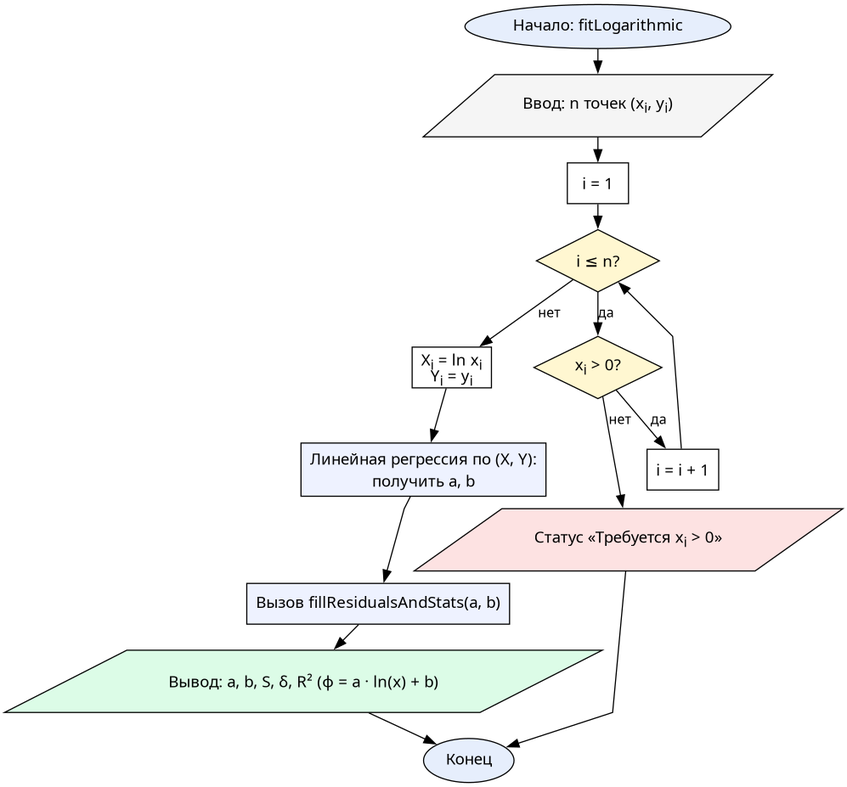
Before: reports/resources/flowcharts/ls_log.png, a diagram exported from Graphviz (Oriptal/calc-math-lab2). Its source is kept beside it as reports/resources/flowcharts/ls_log.dot.
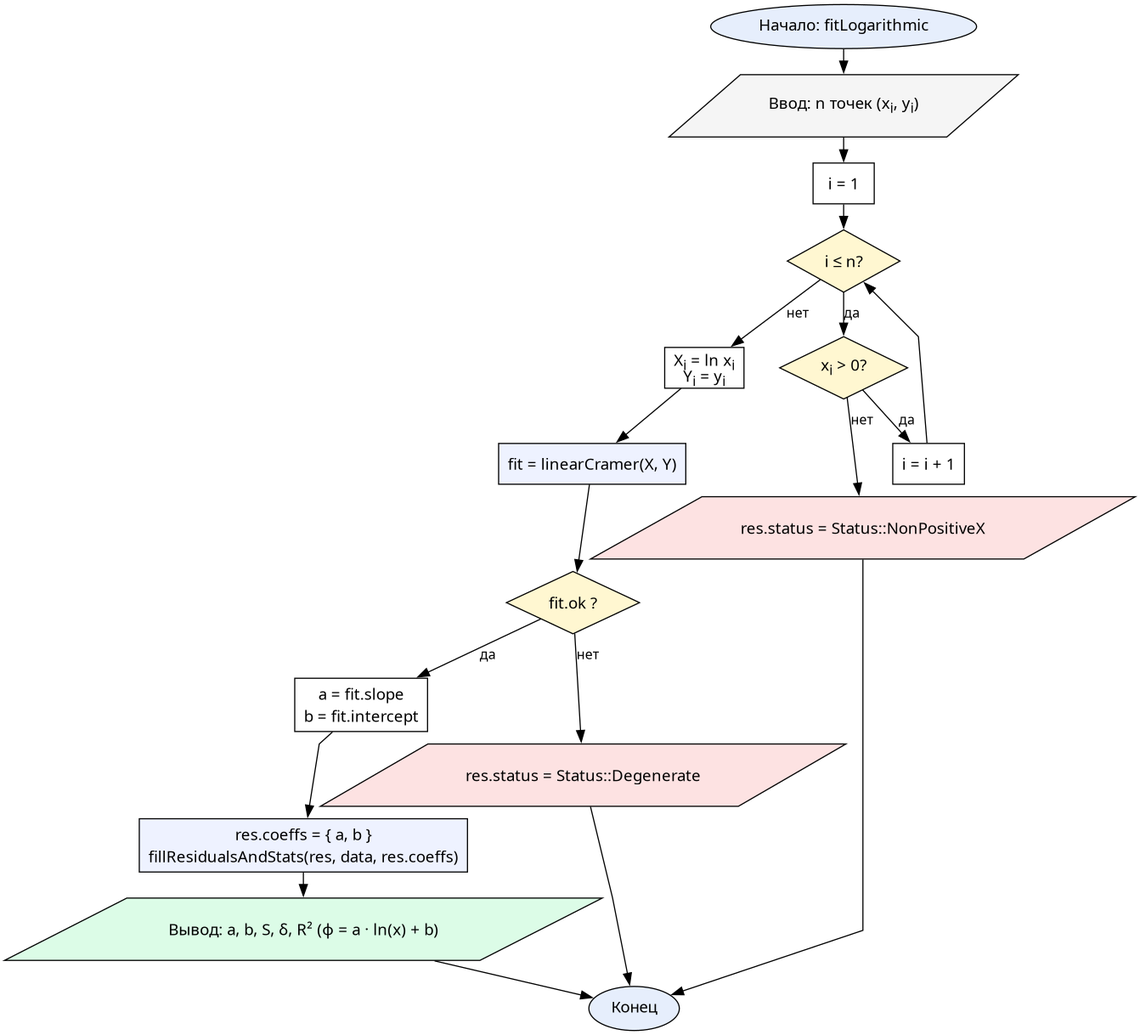
After the commit.

Diff of the diagram source:
```diff
@@ -8,11 +8,14 @@
   init   [label=<i = 1>, shape=box]
   chk1   [label=<i ≤ n?>, shape=diamond, fillcolor="#fff7d1"]
   chk2   [label=<x<SUB>i</SUB> &gt; 0?>, shape=diamond, fillcolor="#fff7d1"]
-  rej    [label=<Статус «Требуется x<SUB>i</SUB> &gt; 0»>, shape=parallelogram, fillcolor="#fde2e2"]
+  rej    [label=<res.status = Status::NonPositiveX>, shape=parallelogram, fillcolor="#fde2e2"]
   next   [label=<i = i + 1>, shape=box]
   prep   [label=<X<SUB>i</SUB> = ln x<SUB>i</SUB><BR/>Y<SUB>i</SUB> = y<SUB>i</SUB>>, shape=box]
-  reg    [label=<Линейная регрессия по (X, Y):<BR/>получить a, b>, shape=box, fillcolor="#eef2ff"]
-  stats  [label="Вызов fillResidualsAndStats(a, b)", shape=box, fillcolor="#eef2ff"]
+  reg    [label=<fit = linearCramer(X, Y)>, shape=box, fillcolor="#eef2ff"]
+  chkOk  [label=<fit.ok ?>, shape=diamond, fillcolor="#fff7d1"]
+  degen  [label=<res.status = Status::Degenerate>, shape=parallelogram, fillcolor="#fde2e2"]
+  assign [label=<a = fit.slope<BR/>b = fit.intercept>, shape=box]
+  stats  [label=<res.coeffs = { a, b }<BR/>fillResidualsAndStats(res, data, res.coeffs)>, shape=box, fillcolor="#eef2ff"]
   output [label=<Вывод: a, b, S, δ, R² (φ = a · ln(x) + b)>, shape=parallelogram, fillcolor="#dcfce7"]
   stop   [label="Конец", shape=oval, fillcolor="#e6eefc"]
 
@@ -23,5 +26,9 @@
   rej -> stop
   next -> chk1
   chk1 -> prep [label="нет"]
-  prep -> reg -> stats -> output -> stop
+  prep -> reg -> chkOk
+  chkOk -> degen [label="нет"]
+  degen -> stop
+  chkOk -> assign [label="да"]
+  assign -> stats -> output -> stop
 }
```
